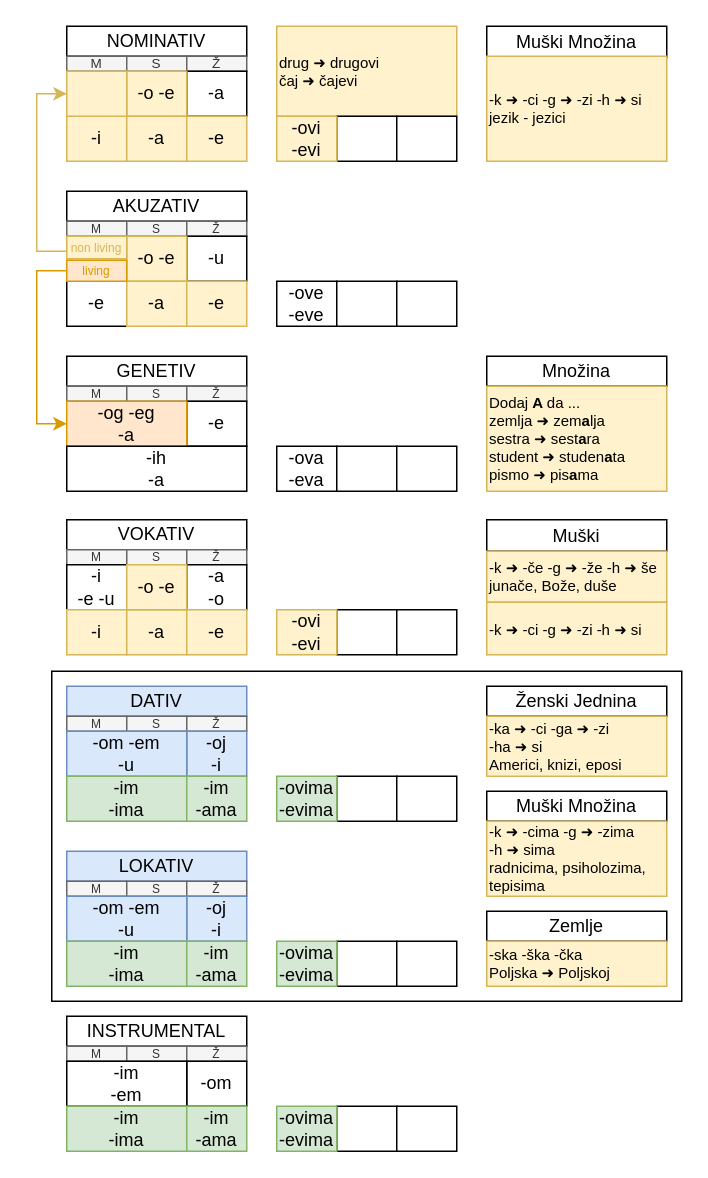
Before: padezi.drawio in vlandivir/srpski, a draw.io diagram. Source tidied: cells renumbered, new cells numbered last; positions are measured from the earlier drawing's top-left corner, leaving out a move shared by most shapes. Both pictures are drawn from the tidied source at 150%, with x=0, y=0 at pixel (36, 26).
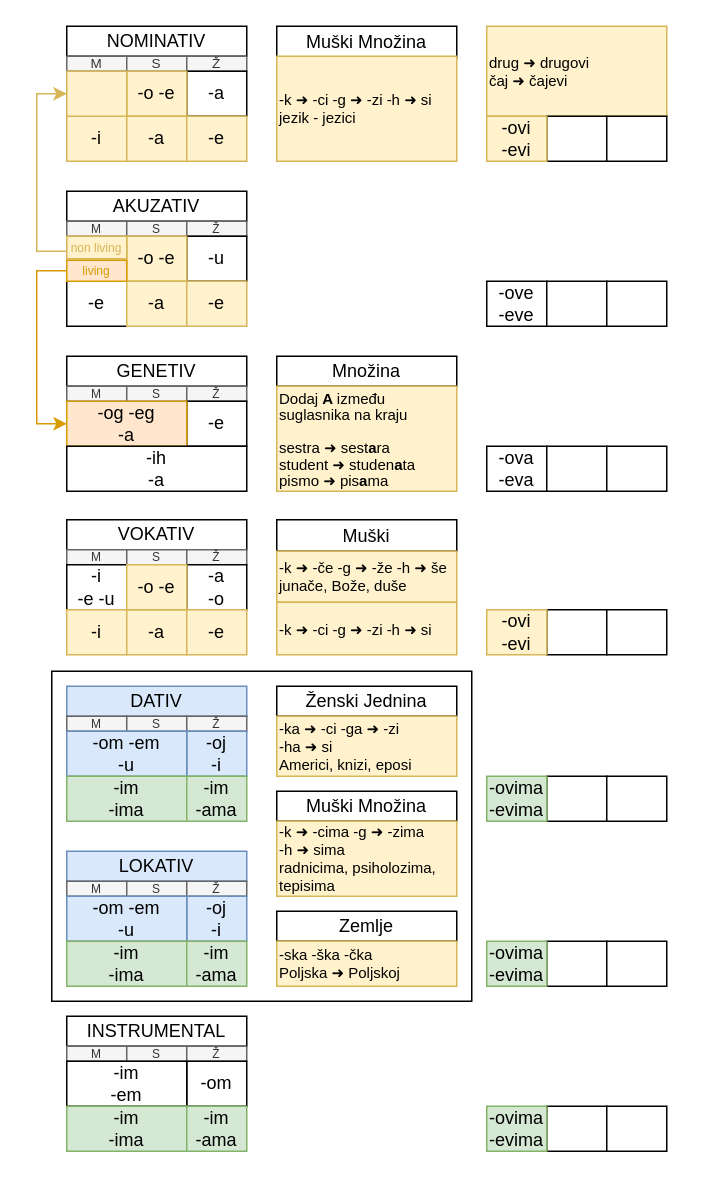
Above is the later version.

Diff of the diagram source:
```diff
@@
     <mxCell id="2" value="Muški Množina" style="rounded=0;whiteSpace=wrap;html=1;" parent="1" vertex="1">
-      <mxGeometry x="300" width="120" height="21" as="geometry" />
+      <mxGeometry x="160" width="120" height="21" as="geometry" />
     </mxCell>
     <mxCell id="3" style="rounded=0;whiteSpace=wrap;html=1;" parent="1" vertex="1">
-      <mxGeometry x="10" y="430" width="420" height="220" as="geometry" />
+      <mxGeometry x="10" y="430" width="280" height="220" as="geometry" />
     </mxCell>
     <mxCell id="4" value="Muški" style="rounded=0;whiteSpace=wrap;html=1;" parent="1" vertex="1">
-      <mxGeometry x="300" y="329" width="120" height="21" as="geometry" />
+      <mxGeometry x="160" y="329" width="120" height="21" as="geometry" />
     </mxCell>
     <mxCell id="5" value="drug ➜ drugovi&lt;br&gt;čaj ➜ čajevi" style="rounded=0;whiteSpace=wrap;html=1;align=left;fillColor=#fff2cc;strokeColor=#d6b656;fontSize=10;" parent="1" vertex="1">
-      <mxGeometry x="160" width="120" height="60" as="geometry" />
+      <mxGeometry x="300" width="120" height="60" as="geometry" />
     </mxCell>
@@
     <mxCell id="66" value="-ove&lt;br&gt;-eve" style="rounded=0;whiteSpace=wrap;html=1;" parent="1" vertex="1">
-      <mxGeometry x="160" y="170" width="40" height="30" as="geometry" />
+      <mxGeometry x="300" y="170" width="40" height="30" as="geometry" />
     </mxCell>
     <mxCell id="67" value="-ova&lt;br&gt;-eva" style="rounded=0;whiteSpace=wrap;html=1;" parent="1" vertex="1">
-      <mxGeometry x="160" y="280" width="40" height="30" as="geometry" />
+      <mxGeometry x="300" y="280" width="40" height="30" as="geometry" />
     </mxCell>
@@
     <mxCell id="72" style="rounded=0;whiteSpace=wrap;html=1;" parent="1" vertex="1">
-      <mxGeometry x="200" y="60" width="40" height="30" as="geometry" />
+      <mxGeometry x="340" y="60" width="40" height="30" as="geometry" />
     </mxCell>
     <mxCell id="73" style="rounded=0;whiteSpace=wrap;html=1;" parent="1" vertex="1">
-      <mxGeometry x="240" y="60" width="40" height="30" as="geometry" />
+      <mxGeometry x="380" y="60" width="40" height="30" as="geometry" />
     </mxCell>
     <mxCell id="74" style="rounded=0;whiteSpace=wrap;html=1;" parent="1" vertex="1">
-      <mxGeometry x="200" y="170" width="40" height="30" as="geometry" />
+      <mxGeometry x="340" y="170" width="40" height="30" as="geometry" />
     </mxCell>
     <mxCell id="75" style="rounded=0;whiteSpace=wrap;html=1;" parent="1" vertex="1">
-      <mxGeometry x="240" y="170" width="40" height="30" as="geometry" />
+      <mxGeometry x="380" y="170" width="40" height="30" as="geometry" />
     </mxCell>
     <mxCell id="76" style="rounded=0;whiteSpace=wrap;html=1;" parent="1" vertex="1">
-      <mxGeometry x="200" y="280" width="40" height="30" as="geometry" />
+      <mxGeometry x="340" y="280" width="40" height="30" as="geometry" />
     </mxCell>
     <mxCell id="77" style="rounded=0;whiteSpace=wrap;html=1;" parent="1" vertex="1">
-      <mxGeometry x="240" y="280" width="40" height="30" as="geometry" />
+      <mxGeometry x="380" y="280" width="40" height="30" as="geometry" />
     </mxCell>
     <mxCell id="78" style="rounded=0;whiteSpace=wrap;html=1;" parent="1" vertex="1">
-      <mxGeometry x="200" y="389" width="40" height="30" as="geometry" />
+      <mxGeometry x="340" y="389" width="40" height="30" as="geometry" />
     </mxCell>
     <mxCell id="79" style="rounded=0;whiteSpace=wrap;html=1;" parent="1" vertex="1">
-      <mxGeometry x="240" y="389" width="40" height="30" as="geometry" />
+      <mxGeometry x="380" y="389" width="40" height="30" as="geometry" />
     </mxCell>
     <mxCell id="80" style="rounded=0;whiteSpace=wrap;html=1;" parent="1" vertex="1">
-      <mxGeometry x="200" y="500" width="40" height="30" as="geometry" />
+      <mxGeometry x="340" y="500" width="40" height="30" as="geometry" />
     </mxCell>
     <mxCell id="81" style="rounded=0;whiteSpace=wrap;html=1;" parent="1" vertex="1">
-      <mxGeometry x="240" y="500" width="40" height="30" as="geometry" />
+      <mxGeometry x="380" y="500" width="40" height="30" as="geometry" />
     </mxCell>
     <mxCell id="82" style="rounded=0;whiteSpace=wrap;html=1;" parent="1" vertex="1">
-      <mxGeometry x="200" y="610" width="40" height="30" as="geometry" />
+      <mxGeometry x="340" y="610" width="40" height="30" as="geometry" />
     </mxCell>
     <mxCell id="83" style="rounded=0;whiteSpace=wrap;html=1;" parent="1" vertex="1">
-      <mxGeometry x="240" y="610" width="40" height="30" as="geometry" />
+      <mxGeometry x="380" y="610" width="40" height="30" as="geometry" />
     </mxCell>
     <mxCell id="84" style="rounded=0;whiteSpace=wrap;html=1;" parent="1" vertex="1">
-      <mxGeometry x="200" y="720" width="40" height="30" as="geometry" />
+      <mxGeometry x="340" y="720" width="40" height="30" as="geometry" />
     </mxCell>
     <mxCell id="85" style="rounded=0;whiteSpace=wrap;html=1;" parent="1" vertex="1">
-      <mxGeometry x="240" y="720" width="40" height="30" as="geometry" />
+      <mxGeometry x="380" y="720" width="40" height="30" as="geometry" />
     </mxCell>
     <mxCell id="86" value="-ovi&lt;br&gt;-evi" style="rounded=0;whiteSpace=wrap;html=1;fillColor=#fff2cc;strokeColor=#d6b656;" parent="1" vertex="1">
-      <mxGeometry x="160" y="60" width="40" height="30" as="geometry" />
+      <mxGeometry x="300" y="60" width="40" height="30" as="geometry" />
     </mxCell>
     <mxCell id="87" value="-ovima&lt;br&gt;-evima" style="rounded=0;whiteSpace=wrap;html=1;fillColor=#d5e8d4;strokeColor=#82b366;" parent="1" vertex="1">
-      <mxGeometry x="160" y="500" width="40" height="30" as="geometry" />
+      <mxGeometry x="300" y="500" width="40" height="30" as="geometry" />
     </mxCell>
     <mxCell id="88" value="-ovima&lt;br&gt;-evima" style="rounded=0;whiteSpace=wrap;html=1;fillColor=#d5e8d4;strokeColor=#82b366;" parent="1" vertex="1">
-      <mxGeometry x="160" y="610" width="40" height="30" as="geometry" />
+      <mxGeometry x="300" y="610" width="40" height="30" as="geometry" />
     </mxCell>
     <mxCell id="89" value="-ovima&lt;br&gt;-evima" style="rounded=0;whiteSpace=wrap;html=1;fillColor=#d5e8d4;strokeColor=#82b366;" parent="1" vertex="1">
-      <mxGeometry x="160" y="720" width="40" height="30" as="geometry" />
+      <mxGeometry x="300" y="720" width="40" height="30" as="geometry" />
     </mxCell>
     <mxCell id="90" value="-ovi&lt;br&gt;-evi" style="rounded=0;whiteSpace=wrap;html=1;fillColor=#fff2cc;strokeColor=#d6b656;" parent="1" vertex="1">
-      <mxGeometry x="160" y="389" width="40" height="30" as="geometry" />
+      <mxGeometry x="300" y="389" width="40" height="30" as="geometry" />
     </mxCell>
     <mxCell id="91" value="-k&amp;nbsp;➜ -ci -g&amp;nbsp;➜ -zi -h&amp;nbsp;➜ si&lt;br style=&quot;font-size: 10px;&quot;&gt;jezik - jezici" style="rounded=0;whiteSpace=wrap;html=1;align=left;fillColor=#fff2cc;strokeColor=#d6b656;fontSize=10;" parent="1" vertex="1">
-      <mxGeometry x="300" y="20" width="120" height="70" as="geometry" />
+      <mxGeometry x="160" y="20" width="120" height="70" as="geometry" />
     </mxCell>
     <mxCell id="92" value="-k&amp;nbsp;➜ -če -g&amp;nbsp;➜ -že -h&amp;nbsp;➜ še&lt;br&gt;junače, Bože, duše" style="rounded=0;whiteSpace=wrap;html=1;align=left;fillColor=#fff2cc;strokeColor=#d6b656;fontSize=10;" parent="1" vertex="1">
-      <mxGeometry x="300" y="350" width="120" height="34" as="geometry" />
+      <mxGeometry x="160" y="350" width="120" height="34" as="geometry" />
     </mxCell>
     <mxCell id="93" value="-k&amp;nbsp;➜ -ci -g&amp;nbsp;➜ -zi -h&amp;nbsp;➜ si&lt;br style=&quot;font-size: 10px;&quot;&gt;" style="rounded=0;whiteSpace=wrap;html=1;align=left;fillColor=#fff2cc;strokeColor=#d6b656;fontSize=10;" parent="1" vertex="1">
-      <mxGeometry x="300" y="384" width="120" height="35" as="geometry" />
+      <mxGeometry x="160" y="384" width="120" height="35" as="geometry" />
     </mxCell>
     <mxCell id="94" value="Ženski Jednina" style="rounded=0;whiteSpace=wrap;html=1;" parent="1" vertex="1">
-      <mxGeometry x="300" y="440" width="120" height="20" as="geometry" />
+      <mxGeometry x="160" y="440" width="120" height="20" as="geometry" />
     </mxCell>
     <mxCell id="95" value="-ka ➜ -ci -ga ➜ -zi &lt;br&gt;-ha ➜ si&lt;br&gt;Americi, knizi, eposi" style="rounded=0;whiteSpace=wrap;html=1;align=left;fillColor=#fff2cc;strokeColor=#d6b656;fontSize=10;" parent="1" vertex="1">
-      <mxGeometry x="300" y="460" width="120" height="40" as="geometry" />
+      <mxGeometry x="160" y="460" width="120" height="40" as="geometry" />
     </mxCell>
     <mxCell id="96" value="Muški Množina" style="rounded=0;whiteSpace=wrap;html=1;" parent="1" vertex="1">
-      <mxGeometry x="300" y="510" width="120" height="20" as="geometry" />
+      <mxGeometry x="160" y="510" width="120" height="20" as="geometry" />
     </mxCell>
     <mxCell id="97" value="-k ➜ -cima -g ➜ -zima&lt;br&gt;-h ➜ sima&lt;br&gt;radnicima, psiholozima, tepisima" style="rounded=0;whiteSpace=wrap;html=1;align=left;fillColor=#fff2cc;strokeColor=#d6b656;fontSize=10;" parent="1" vertex="1">
-      <mxGeometry x="300" y="530" width="120" height="50" as="geometry" />
+      <mxGeometry x="160" y="530" width="120" height="50" as="geometry" />
     </mxCell>
     <mxCell id="98" value="Zemlje" style="rounded=0;whiteSpace=wrap;html=1;" parent="1" vertex="1">
-      <mxGeometry x="300" y="590" width="120" height="20" as="geometry" />
+      <mxGeometry x="160" y="590" width="120" height="20" as="geometry" />
     </mxCell>
     <mxCell id="99" value="-ska -ška -čka&lt;br&gt;Poljska ➜ Poljskoj" style="rounded=0;whiteSpace=wrap;html=1;align=left;fillColor=#fff2cc;strokeColor=#d6b656;fontSize=10;" parent="1" vertex="1">
-      <mxGeometry x="300" y="610" width="120" height="30" as="geometry" />
+      <mxGeometry x="160" y="610" width="120" height="30" as="geometry" />
     </mxCell>
     <mxCell id="100" value="Množina" style="rounded=0;whiteSpace=wrap;html=1;" parent="1" vertex="1">
-      <mxGeometry x="300" y="220" width="120" height="20" as="geometry" />
+      <mxGeometry x="160" y="220" width="120" height="20" as="geometry" />
     </mxCell>
-    <mxCell id="101" value="Dodaj &lt;b&gt;A &lt;/b&gt;da ...&lt;br&gt;zemlja ➜ zem&lt;b&gt;a&lt;/b&gt;lja&lt;br&gt;sestra ➜ sest&lt;b&gt;a&lt;/b&gt;ra&lt;br&gt;student ➜ studen&lt;b&gt;a&lt;/b&gt;ta&lt;br&gt;pismo ➜ pis&lt;b&gt;a&lt;/b&gt;ma" style="rounded=0;whiteSpace=wrap;html=1;align=left;fillColor=#fff2cc;strokeColor=#d6b656;fontSize=10;" parent="1" vertex="1">
-      <mxGeometry x="300" y="240" width="120" height="70" as="geometry" />
+    <mxCell id="101" value="&lt;p style=&quot;line-height: 110%;&quot;&gt;Dodaj &lt;b&gt;A &lt;/b&gt;između suglasnika na kraju&lt;br&gt;&lt;br&gt;sestra ➜ sest&lt;b&gt;a&lt;/b&gt;ra&lt;br&gt;student ➜ studen&lt;b&gt;a&lt;/b&gt;ta&lt;br&gt;pismo ➜ pis&lt;b&gt;a&lt;/b&gt;ma&lt;/p&gt;" style="rounded=0;whiteSpace=wrap;html=1;align=left;fillColor=#fff2cc;strokeColor=#d6b656;fontSize=10;" parent="1" vertex="1">
+      <mxGeometry x="160" y="240" width="120" height="70" as="geometry" />
     </mxCell>
```
